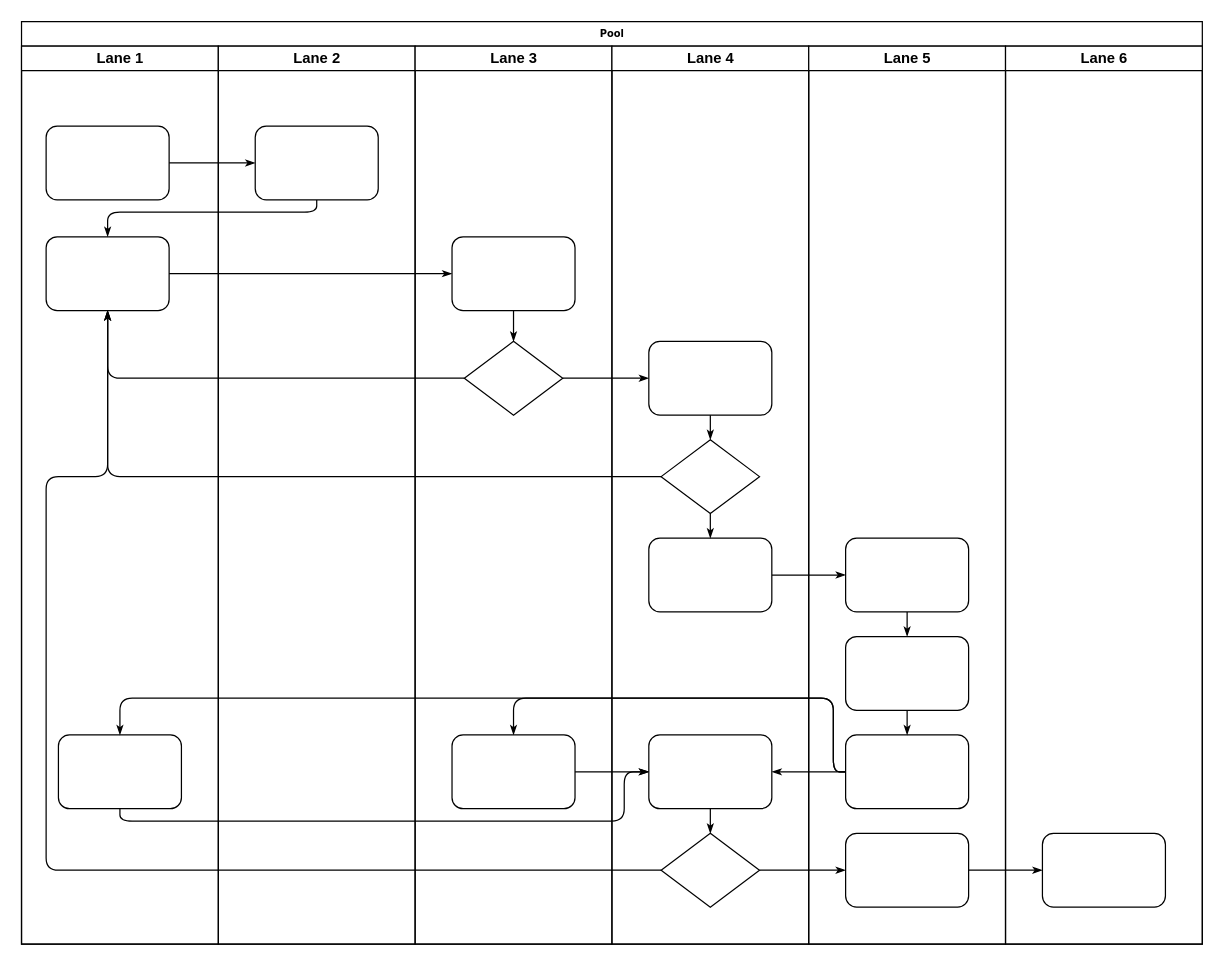
Above: 中医四诊流程.drawio in cydiacen/markdownImg (draw.io), before the change. Source tidied: cells renumbered, new cells numbered last; positions are measured from the earlier drawing's top-left corner, leaving out a move shared by most shapes. Both pictures are drawn from the tidied source at 123%, with x=0, y=0 at pixel (21, 21).
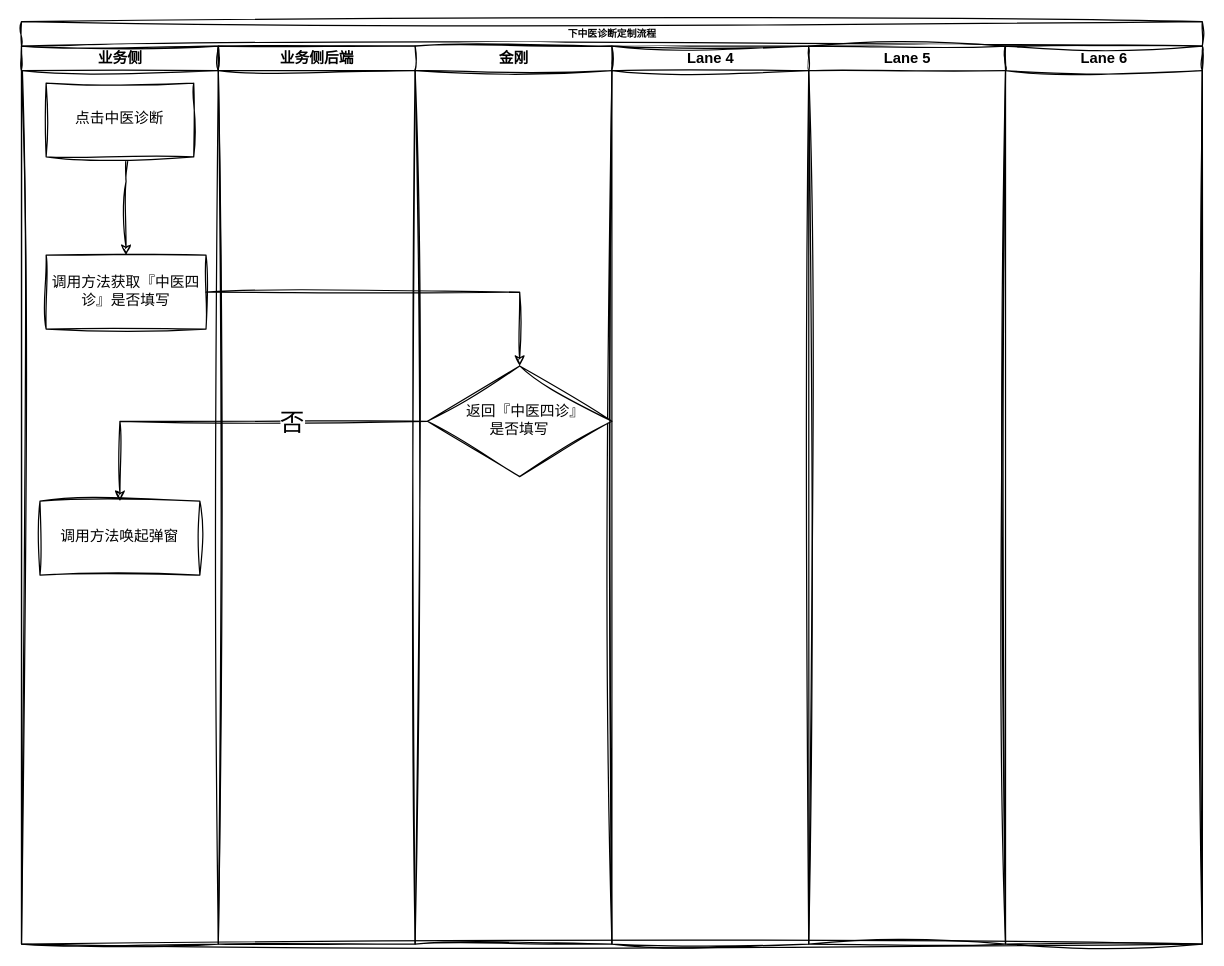
The same diagram, later.

Commit message (it also covers changes not shown here):
更新中医四诊流程.drawio

The edit, as a diff of the source:
```diff
@@
-    <mxCell id="2" value="Pool" style="swimlane;html=1;startSize=20;rounded=0;shadow=0;labelBackgroundColor=none;strokeWidth=1;fontFamily=Verdana;fontSize=8;align=center;" parent="1" vertex="1">
+    <mxCell id="2" value="下中医诊断定制流程" style="swimlane;html=1;startSize=20;rounded=0;shadow=0;labelBackgroundColor=none;strokeWidth=1;fontFamily=Verdana;fontSize=8;align=center;sketch=1;curveFitting=1;jiggle=2;" parent="1" vertex="1">
       <mxGeometry width="960" height="750" as="geometry" />
     </mxCell>
-    <mxCell id="3" value="Lane 1" style="swimlane;html=1;startSize=20;" parent="2" vertex="1">
+    <mxCell id="3" value="业务侧" style="swimlane;html=1;startSize=20;sketch=1;curveFitting=1;jiggle=2;" parent="2" vertex="1">
       <mxGeometry y="20" width="160" height="730" as="geometry" />
     </mxCell>
-    <mxCell id="4" style="rounded=1;whiteSpace=wrap;html=1;shadow=0;labelBackgroundColor=none;strokeWidth=1;fontFamily=Verdana;fontSize=8;align=center;" parent="3" vertex="1">
-      <mxGeometry x="20" y="65" width="100" height="60" as="geometry" />
-    </mxCell>
-    <mxCell id="5" style="rounded=1;whiteSpace=wrap;html=1;shadow=0;labelBackgroundColor=none;strokeWidth=1;fontFamily=Verdana;fontSize=8;align=center;" parent="3" vertex="1">
-      <mxGeometry x="20" y="155" width="100" height="60" as="geometry" />
-    </mxCell>
-    <mxCell id="6" style="rounded=1;whiteSpace=wrap;html=1;shadow=0;labelBackgroundColor=none;strokeWidth=1;fontFamily=Verdana;fontSize=8;align=center;" parent="3" vertex="1">
-      <mxGeometry x="30" y="560" width="100" height="60" as="geometry" />
-    </mxCell>
-    <mxCell id="7" style="edgeStyle=orthogonalEdgeStyle;rounded=1;html=1;labelBackgroundColor=none;startArrow=none;startFill=0;startSize=5;endArrow=classicThin;endFill=1;endSize=5;jettySize=auto;strokeWidth=1;fontFamily=Verdana;fontSize=8;" parent="2" edge="1" source="4" target="23">
-      <mxGeometry relative="1" as="geometry" />
-    </mxCell>
-    <mxCell id="8" style="edgeStyle=orthogonalEdgeStyle;rounded=1;html=1;labelBackgroundColor=none;startArrow=none;startFill=0;startSize=5;endArrow=classicThin;endFill=1;endSize=5;jettySize=auto;strokeWidth=1;fontFamily=Verdana;fontSize=8;" parent="2" edge="1" source="23" target="5">
-      <mxGeometry relative="1" as="geometry">
-        <Array as="points">
-          <mxPoint x="240" y="155" />
-          <mxPoint x="70" y="155" />
-        </Array>
-      </mxGeometry>
-    </mxCell>
-    <mxCell id="9" style="edgeStyle=orthogonalEdgeStyle;rounded=1;html=1;labelBackgroundColor=none;startArrow=none;startFill=0;startSize=5;endArrow=classicThin;endFill=1;endSize=5;jettySize=auto;strokeWidth=1;fontFamily=Verdana;fontSize=8;" parent="2" edge="1" source="5" target="25">
-      <mxGeometry relative="1" as="geometry" />
-    </mxCell>
-    <mxCell id="10" style="edgeStyle=orthogonalEdgeStyle;rounded=1;html=1;labelBackgroundColor=none;startArrow=none;startFill=0;startSize=5;endArrow=classicThin;endFill=1;endSize=5;jettySize=auto;strokeWidth=1;fontFamily=Verdana;fontSize=8;" parent="2" edge="1" source="26" target="5">
-      <mxGeometry relative="1" as="geometry" />
-    </mxCell>
-    <mxCell id="11" style="edgeStyle=orthogonalEdgeStyle;rounded=1;html=1;labelBackgroundColor=none;startArrow=none;startFill=0;startSize=5;endArrow=classicThin;endFill=1;endSize=5;jettySize=auto;strokeWidth=1;fontFamily=Verdana;fontSize=8;" parent="2" edge="1" source="31" target="5">
-      <mxGeometry relative="1" as="geometry" />
-    </mxCell>
-    <mxCell id="12" style="edgeStyle=orthogonalEdgeStyle;rounded=1;html=1;labelBackgroundColor=none;startArrow=none;startFill=0;startSize=5;endArrow=classicThin;endFill=1;endSize=5;jettySize=auto;strokeWidth=1;fontFamily=Verdana;fontSize=8;" parent="2" edge="1" source="34" target="5">
-      <mxGeometry relative="1" as="geometry">
-        <Array as="points">
-          <mxPoint x="20" y="690" />
-          <mxPoint x="20" y="370" />
-          <mxPoint x="70" y="370" />
-        </Array>
-      </mxGeometry>
-    </mxCell>
-    <mxCell id="13" style="edgeStyle=orthogonalEdgeStyle;rounded=1;html=1;labelBackgroundColor=none;startArrow=none;startFill=0;startSize=5;endArrow=classicThin;endFill=1;endSize=5;jettySize=auto;strokeWidth=1;fontFamily=Verdana;fontSize=8;" parent="2" edge="1" source="26" target="30">
-      <mxGeometry relative="1" as="geometry" />
-    </mxCell>
-    <mxCell id="14" style="edgeStyle=orthogonalEdgeStyle;rounded=1;html=1;labelBackgroundColor=none;startArrow=none;startFill=0;startSize=5;endArrow=classicThin;endFill=1;endSize=5;jettySize=auto;strokeWidth=1;fontFamily=Verdana;fontSize=8;" parent="2" edge="1" source="34" target="42">
-      <mxGeometry relative="1" as="geometry" />
-    </mxCell>
-    <mxCell id="15" style="edgeStyle=orthogonalEdgeStyle;rounded=1;html=1;labelBackgroundColor=none;startArrow=none;startFill=0;startSize=5;endArrow=classicThin;endFill=1;endSize=5;jettySize=auto;strokeWidth=1;fontFamily=Verdana;fontSize=8;" parent="2" edge="1" source="42" target="46">
-      <mxGeometry relative="1" as="geometry" />
-    </mxCell>
-    <mxCell id="16" style="edgeStyle=orthogonalEdgeStyle;rounded=1;html=1;labelBackgroundColor=none;startArrow=none;startFill=0;startSize=5;endArrow=classicThin;endFill=1;endSize=5;jettySize=auto;strokeWidth=1;fontFamily=Verdana;fontSize=8;" parent="2" edge="1" source="32" target="39">
-      <mxGeometry relative="1" as="geometry" />
-    </mxCell>
-    <mxCell id="17" style="edgeStyle=orthogonalEdgeStyle;rounded=1;html=1;labelBackgroundColor=none;startArrow=none;startFill=0;startSize=5;endArrow=classicThin;endFill=1;endSize=5;jettySize=auto;strokeWidth=1;fontFamily=Verdana;fontSize=8;" parent="2" edge="1" source="41" target="27">
-      <mxGeometry relative="1" as="geometry">
-        <Array as="points">
-          <mxPoint x="660" y="610" />
-          <mxPoint x="660" y="550" />
-          <mxPoint x="400" y="550" />
-        </Array>
-      </mxGeometry>
-    </mxCell>
-    <mxCell id="18" style="edgeStyle=orthogonalEdgeStyle;rounded=1;html=1;labelBackgroundColor=none;startArrow=none;startFill=0;startSize=5;endArrow=classicThin;endFill=1;endSize=5;jettySize=auto;strokeColor=#000000;strokeWidth=1;fontFamily=Verdana;fontSize=8;fontColor=#000000;" parent="2" edge="1" source="41" target="33">
-      <mxGeometry relative="1" as="geometry" />
-    </mxCell>
-    <mxCell id="19" style="edgeStyle=orthogonalEdgeStyle;rounded=1;html=1;labelBackgroundColor=none;startArrow=none;startFill=0;startSize=5;endArrow=classicThin;endFill=1;endSize=5;jettySize=auto;strokeWidth=1;fontFamily=Verdana;fontSize=8;" parent="2" edge="1" source="41" target="6">
-      <mxGeometry relative="1" as="geometry">
-        <Array as="points">
-          <mxPoint x="660" y="610" />
-          <mxPoint x="660" y="550" />
-          <mxPoint x="80" y="550" />
-        </Array>
-      </mxGeometry>
-    </mxCell>
-    <mxCell id="20" style="edgeStyle=orthogonalEdgeStyle;rounded=1;html=1;labelBackgroundColor=none;startArrow=none;startFill=0;startSize=5;endArrow=classicThin;endFill=1;endSize=5;jettySize=auto;strokeWidth=1;fontFamily=Verdana;fontSize=8;" parent="2" edge="1" source="6" target="33">
-      <mxGeometry relative="1" as="geometry">
-        <Array as="points">
-          <mxPoint x="80" y="650" />
-          <mxPoint x="490" y="650" />
-          <mxPoint x="490" y="610" />
-        </Array>
-      </mxGeometry>
-    </mxCell>
-    <mxCell id="21" style="edgeStyle=orthogonalEdgeStyle;rounded=1;html=1;labelBackgroundColor=none;startArrow=none;startFill=0;startSize=5;endArrow=classicThin;endFill=1;endSize=5;jettySize=auto;strokeWidth=1;fontFamily=Verdana;fontSize=8;" parent="2" edge="1" source="27" target="33">
-      <mxGeometry relative="1" as="geometry" />
-    </mxCell>
+    <mxCell id="47" value="调用方法获取『中医四诊』是否填写" style="rounded=0;whiteSpace=wrap;html=1;sketch=1;hachureGap=4;jiggle=2;curveFitting=1;fontFamily=Architects Daughter;fontSize=12;" parent="3" vertex="1">
+      <mxGeometry x="20" y="170" width="130" height="60" as="geometry" />
+    </mxCell>
+    <mxCell id="48" style="edgeStyle=orthogonalEdgeStyle;rounded=0;sketch=1;hachureGap=4;jiggle=2;curveFitting=1;jettySize=auto;html=1;fontFamily=Architects Daughter;fontSize=16;" parent="3" edge="1" source="49" target="47">
+      <mxGeometry relative="1" as="geometry">
+        <Array as="points">
+          <mxPoint x="85" y="110" />
+          <mxPoint x="85" y="110" />
+        </Array>
+      </mxGeometry>
+    </mxCell>
+    <mxCell id="49" value="点击中医诊断" style="rounded=0;whiteSpace=wrap;html=1;sketch=1;hachureGap=4;jiggle=2;curveFitting=1;fontFamily=Architects Daughter;fontSize=12;" parent="3" vertex="1">
+      <mxGeometry x="20" y="30" width="120" height="60" as="geometry" />
+    </mxCell>
+    <mxCell id="50" value="调用方法唤起弹窗" style="rounded=0;whiteSpace=wrap;html=1;sketch=1;hachureGap=4;jiggle=2;curveFitting=1;fontFamily=Architects Daughter;fontSize=12;" parent="3" vertex="1">
+      <mxGeometry x="15" y="370" width="130" height="60" as="geometry" />
+    </mxCell>
-    <mxCell id="22" value="Lane 2" style="swimlane;html=1;startSize=20;" parent="2" vertex="1">
+    <mxCell id="22" value="业务侧后端" style="swimlane;html=1;startSize=20;sketch=1;curveFitting=1;jiggle=2;" parent="2" vertex="1">
       <mxGeometry x="160" y="20" width="160" height="730" as="geometry" />
     </mxCell>
-    <mxCell id="23" style="rounded=1;whiteSpace=wrap;html=1;shadow=0;labelBackgroundColor=none;strokeWidth=1;fontFamily=Verdana;fontSize=8;align=center;" parent="22" vertex="1">
-      <mxGeometry x="30" y="65" width="100" height="60" as="geometry" />
-    </mxCell>
-    <mxCell id="24" value="Lane 3" style="swimlane;html=1;startSize=20;" parent="2" vertex="1">
+    <mxCell id="24" value="金刚" style="swimlane;html=1;startSize=20;sketch=1;curveFitting=1;jiggle=2;" parent="2" vertex="1">
       <mxGeometry x="320" y="20" width="160" height="730" as="geometry" />
     </mxCell>
-    <mxCell id="25" style="rounded=1;whiteSpace=wrap;html=1;shadow=0;labelBackgroundColor=none;strokeWidth=1;fontFamily=Verdana;fontSize=8;align=center;" parent="24" vertex="1">
-      <mxGeometry x="30" y="155" width="100" height="60" as="geometry" />
-    </mxCell>
-    <mxCell id="26" style="rhombus;whiteSpace=wrap;html=1;rounded=0;shadow=0;labelBackgroundColor=none;strokeWidth=1;fontFamily=Verdana;fontSize=8;align=center;" parent="24" vertex="1">
-      <mxGeometry x="40" y="240" width="80" height="60" as="geometry" />
-    </mxCell>
-    <mxCell id="27" style="rounded=1;whiteSpace=wrap;html=1;shadow=0;labelBackgroundColor=none;strokeWidth=1;fontFamily=Verdana;fontSize=8;align=center;" parent="24" vertex="1">
-      <mxGeometry x="30" y="560" width="100" height="60" as="geometry" />
-    </mxCell>
-    <mxCell id="28" style="edgeStyle=orthogonalEdgeStyle;rounded=1;html=1;labelBackgroundColor=none;startArrow=none;startFill=0;startSize=5;endArrow=classicThin;endFill=1;endSize=5;jettySize=auto;strokeWidth=1;fontFamily=Verdana;fontSize=8;" parent="24" edge="1" source="25" target="26">
-      <mxGeometry relative="1" as="geometry" />
+    <mxCell id="28" style="edgeStyle=orthogonalEdgeStyle;rounded=1;html=1;labelBackgroundColor=none;startArrow=none;startFill=0;startSize=5;endArrow=classicThin;endFill=1;endSize=5;jettySize=auto;orthogonalLoop=1;strokeWidth=1;fontFamily=Verdana;fontSize=8;sketch=1;curveFitting=1;jiggle=2;" parent="24" edge="1">
+      <mxGeometry relative="1" as="geometry">
+        <mxPoint x="80" y="215" as="sourcePoint" />
+      </mxGeometry>
     </mxCell>
+    <mxCell id="51" value="&amp;nbsp; 返回『中医四诊』&lt;br&gt;&lt;div style=&quot;&quot;&gt;是否填写&lt;/div&gt;" style="rhombus;whiteSpace=wrap;html=1;sketch=1;hachureGap=4;jiggle=2;curveFitting=1;fontFamily=Architects Daughter;fontSize=12;" parent="24" vertex="1">
+      <mxGeometry x="10" y="260" width="150" height="90" as="geometry" />
+    </mxCell>
-    <mxCell id="29" value="Lane 4" style="swimlane;html=1;startSize=20;" parent="2" vertex="1">
+    <mxCell id="29" value="Lane 4" style="swimlane;html=1;startSize=20;sketch=1;curveFitting=1;jiggle=2;" parent="2" vertex="1">
       <mxGeometry x="480" y="20" width="160" height="730" as="geometry" />
     </mxCell>
-    <mxCell id="30" style="rounded=1;whiteSpace=wrap;html=1;shadow=0;labelBackgroundColor=none;strokeWidth=1;fontFamily=Verdana;fontSize=8;align=center;" parent="29" vertex="1">
-      <mxGeometry x="30" y="240" width="100" height="60" as="geometry" />
-    </mxCell>
-    <mxCell id="31" style="rhombus;whiteSpace=wrap;html=1;rounded=0;shadow=0;labelBackgroundColor=none;strokeWidth=1;fontFamily=Verdana;fontSize=8;align=center;" parent="29" vertex="1">
-      <mxGeometry x="40" y="320" width="80" height="60" as="geometry" />
-    </mxCell>
-    <mxCell id="32" style="rounded=1;whiteSpace=wrap;html=1;shadow=0;labelBackgroundColor=none;strokeWidth=1;fontFamily=Verdana;fontSize=8;align=center;" parent="29" vertex="1">
-      <mxGeometry x="30" y="400" width="100" height="60" as="geometry" />
-    </mxCell>
-    <mxCell id="33" style="rounded=1;whiteSpace=wrap;html=1;shadow=0;labelBackgroundColor=none;strokeWidth=1;fontFamily=Verdana;fontSize=8;align=center;" parent="29" vertex="1">
-      <mxGeometry x="30" y="560" width="100" height="60" as="geometry" />
-    </mxCell>
-    <mxCell id="34" style="rhombus;whiteSpace=wrap;html=1;rounded=0;shadow=0;labelBackgroundColor=none;strokeWidth=1;fontFamily=Verdana;fontSize=8;align=center;" parent="29" vertex="1">
-      <mxGeometry x="40" y="640" width="80" height="60" as="geometry" />
-    </mxCell>
-    <mxCell id="35" style="edgeStyle=orthogonalEdgeStyle;rounded=1;html=1;labelBackgroundColor=none;startArrow=none;startFill=0;startSize=5;endArrow=classicThin;endFill=1;endSize=5;jettySize=auto;strokeColor=#000000;strokeWidth=1;fontFamily=Verdana;fontSize=8;fontColor=#000000;" parent="29" edge="1" source="30" target="31">
-      <mxGeometry relative="1" as="geometry" />
+    <mxCell id="35" style="edgeStyle=orthogonalEdgeStyle;rounded=1;html=1;labelBackgroundColor=none;startArrow=none;startFill=0;startSize=5;endArrow=classicThin;endFill=1;endSize=5;jettySize=auto;orthogonalLoop=1;strokeColor=#000000;strokeWidth=1;fontFamily=Verdana;fontSize=8;fontColor=#000000;sketch=1;curveFitting=1;jiggle=2;" parent="29" edge="1">
+      <mxGeometry relative="1" as="geometry">
+        <mxPoint x="80" y="300" as="sourcePoint" />
+      </mxGeometry>
     </mxCell>
-    <mxCell id="36" style="edgeStyle=orthogonalEdgeStyle;rounded=1;html=1;labelBackgroundColor=none;startArrow=none;startFill=0;startSize=5;endArrow=classicThin;endFill=1;endSize=5;jettySize=auto;strokeWidth=1;fontFamily=Verdana;fontSize=8;" parent="29" edge="1" source="31" target="32">
-      <mxGeometry relative="1" as="geometry" />
+    <mxCell id="36" style="edgeStyle=orthogonalEdgeStyle;rounded=1;html=1;labelBackgroundColor=none;startArrow=none;startFill=0;startSize=5;endArrow=classicThin;endFill=1;endSize=5;jettySize=auto;orthogonalLoop=1;strokeWidth=1;fontFamily=Verdana;fontSize=8;sketch=1;curveFitting=1;jiggle=2;" parent="29" edge="1">
+      <mxGeometry relative="1" as="geometry">
+        <mxPoint x="80" y="380" as="sourcePoint" />
+      </mxGeometry>
     </mxCell>
-    <mxCell id="37" style="edgeStyle=orthogonalEdgeStyle;rounded=1;html=1;labelBackgroundColor=none;startArrow=none;startFill=0;startSize=5;endArrow=classicThin;endFill=1;endSize=5;jettySize=auto;strokeWidth=1;fontFamily=Verdana;fontSize=8;" parent="29" edge="1" source="33" target="34">
-      <mxGeometry relative="1" as="geometry" />
+    <mxCell id="37" style="edgeStyle=orthogonalEdgeStyle;rounded=1;html=1;labelBackgroundColor=none;startArrow=none;startFill=0;startSize=5;endArrow=classicThin;endFill=1;endSize=5;jettySize=auto;orthogonalLoop=1;strokeWidth=1;fontFamily=Verdana;fontSize=8;sketch=1;curveFitting=1;jiggle=2;" parent="29" edge="1">
+      <mxGeometry relative="1" as="geometry">
+        <mxPoint x="80" y="620" as="sourcePoint" />
+      </mxGeometry>
     </mxCell>
-    <mxCell id="38" value="Lane 5" style="swimlane;html=1;startSize=20;" parent="2" vertex="1">
+    <mxCell id="38" value="Lane 5" style="swimlane;html=1;startSize=20;sketch=1;curveFitting=1;jiggle=2;" parent="2" vertex="1">
       <mxGeometry x="640" y="20" width="160" height="730" as="geometry" />
     </mxCell>
-    <mxCell id="39" style="rounded=1;whiteSpace=wrap;html=1;shadow=0;labelBackgroundColor=none;strokeWidth=1;fontFamily=Verdana;fontSize=8;align=center;" parent="38" vertex="1">
-      <mxGeometry x="30" y="400" width="100" height="60" as="geometry" />
-    </mxCell>
-    <mxCell id="40" style="rounded=1;whiteSpace=wrap;html=1;shadow=0;labelBackgroundColor=none;strokeWidth=1;fontFamily=Verdana;fontSize=8;align=center;" parent="38" vertex="1">
-      <mxGeometry x="30" y="480" width="100" height="60" as="geometry" />
-    </mxCell>
-    <mxCell id="41" style="rounded=1;whiteSpace=wrap;html=1;shadow=0;labelBackgroundColor=none;strokeWidth=1;fontFamily=Verdana;fontSize=8;align=center;" parent="38" vertex="1">
-      <mxGeometry x="30" y="560" width="100" height="60" as="geometry" />
-    </mxCell>
-    <mxCell id="42" style="rounded=1;whiteSpace=wrap;html=1;shadow=0;labelBackgroundColor=none;strokeWidth=1;fontFamily=Verdana;fontSize=8;align=center;" parent="38" vertex="1">
-      <mxGeometry x="30" y="640" width="100" height="60" as="geometry" />
-    </mxCell>
-    <mxCell id="43" style="edgeStyle=orthogonalEdgeStyle;rounded=1;html=1;labelBackgroundColor=none;startArrow=none;startFill=0;startSize=5;endArrow=classicThin;endFill=1;endSize=5;jettySize=auto;strokeWidth=1;fontFamily=Verdana;fontSize=8;" parent="38" edge="1" source="39" target="40">
-      <mxGeometry relative="1" as="geometry" />
+    <mxCell id="43" style="edgeStyle=orthogonalEdgeStyle;rounded=1;html=1;labelBackgroundColor=none;startArrow=none;startFill=0;startSize=5;endArrow=classicThin;endFill=1;endSize=5;jettySize=auto;orthogonalLoop=1;strokeWidth=1;fontFamily=Verdana;fontSize=8;sketch=1;curveFitting=1;jiggle=2;" parent="38" edge="1">
+      <mxGeometry relative="1" as="geometry">
+        <mxPoint x="80" y="480" as="targetPoint" />
+      </mxGeometry>
     </mxCell>
-    <mxCell id="44" style="edgeStyle=orthogonalEdgeStyle;rounded=1;html=1;labelBackgroundColor=none;startArrow=none;startFill=0;startSize=5;endArrow=classicThin;endFill=1;endSize=5;jettySize=auto;strokeWidth=1;fontFamily=Verdana;fontSize=8;" parent="38" edge="1" source="40" target="41">
-      <mxGeometry relative="1" as="geometry" />
+    <mxCell id="44" style="edgeStyle=orthogonalEdgeStyle;rounded=1;html=1;labelBackgroundColor=none;startArrow=none;startFill=0;startSize=5;endArrow=classicThin;endFill=1;endSize=5;jettySize=auto;orthogonalLoop=1;strokeWidth=1;fontFamily=Verdana;fontSize=8;sketch=1;curveFitting=1;jiggle=2;" parent="38" edge="1">
+      <mxGeometry relative="1" as="geometry">
+        <mxPoint x="80" y="560" as="targetPoint" />
+      </mxGeometry>
     </mxCell>
-    <mxCell id="45" value="Lane 6" style="swimlane;html=1;startSize=20;" parent="2" vertex="1">
+    <mxCell id="45" value="Lane 6" style="swimlane;html=1;startSize=20;sketch=1;curveFitting=1;jiggle=2;" parent="2" vertex="1">
       <mxGeometry x="800" y="20" width="160" height="730" as="geometry" />
     </mxCell>
-    <mxCell id="46" style="rounded=1;whiteSpace=wrap;html=1;shadow=0;labelBackgroundColor=none;strokeWidth=1;fontFamily=Verdana;fontSize=8;align=center;" parent="45" vertex="1">
-      <mxGeometry x="30" y="640" width="100" height="60" as="geometry" />
-    </mxCell>
+    <mxCell id="52" style="edgeStyle=orthogonalEdgeStyle;rounded=0;sketch=1;hachureGap=4;jiggle=2;curveFitting=1;jettySize=auto;html=1;entryX=0.5;entryY=0;entryDx=0;entryDy=0;fontFamily=Architects Daughter;fontSize=16;" parent="2" edge="1" source="47" target="51">
+      <mxGeometry relative="1" as="geometry" />
+    </mxCell>
+    <mxCell id="53" style="edgeStyle=orthogonalEdgeStyle;rounded=0;sketch=1;hachureGap=4;jiggle=2;curveFitting=1;jettySize=auto;html=1;fontFamily=Architects Daughter;fontSize=16;" parent="2" edge="1" source="51" target="50">
+      <mxGeometry relative="1" as="geometry" />
+    </mxCell>
+    <mxCell id="54" value="否" style="edgeLabel;html=1;align=center;verticalAlign=middle;fontSize=20;fontFamily=Architects Daughter;" parent="53" vertex="1">
+      <mxGeometry x="-0.29" relative="1" as="geometry">
+        <mxPoint x="1" as="offset" />
+      </mxGeometry>
+    </mxCell>
```
